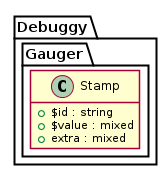
The PlantUML diagram uml/plantuml/stamp.png in dnsl48/gauger, before a commit.
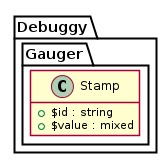
Above is the later version.

Change to the diagram source:
```diff
@@ -18,7 +18,6 @@
 		class Stamp {
 			+ $id : string
 			+ $value : mixed
-			+ extra : mixed
 		}
 	}
 }
```
